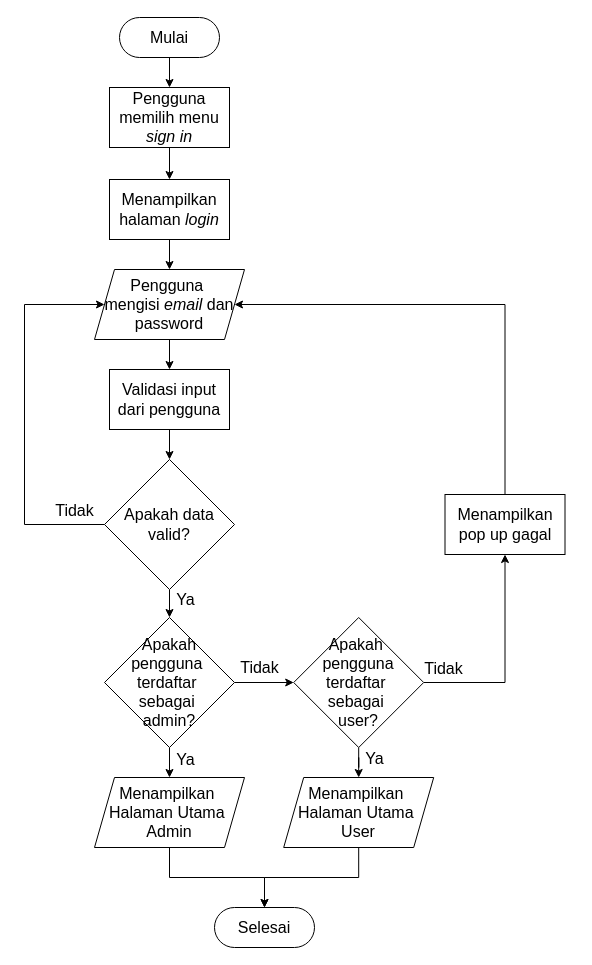
Above: page "Proses Login" (30 of 42) of Diagram Aktivitas Admin.drawio.xml in murtianggraeni/TugasAkhir_Flowchart (draw.io), before the change. Source tidied: cells renumbered, new cells numbered last; positions are measured from the earlier drawing's top-left corner, leaving out a move shared by most shapes. Both pictures are drawn from the tidied source at 100%, with x=0, y=0 at pixel (24, 17).
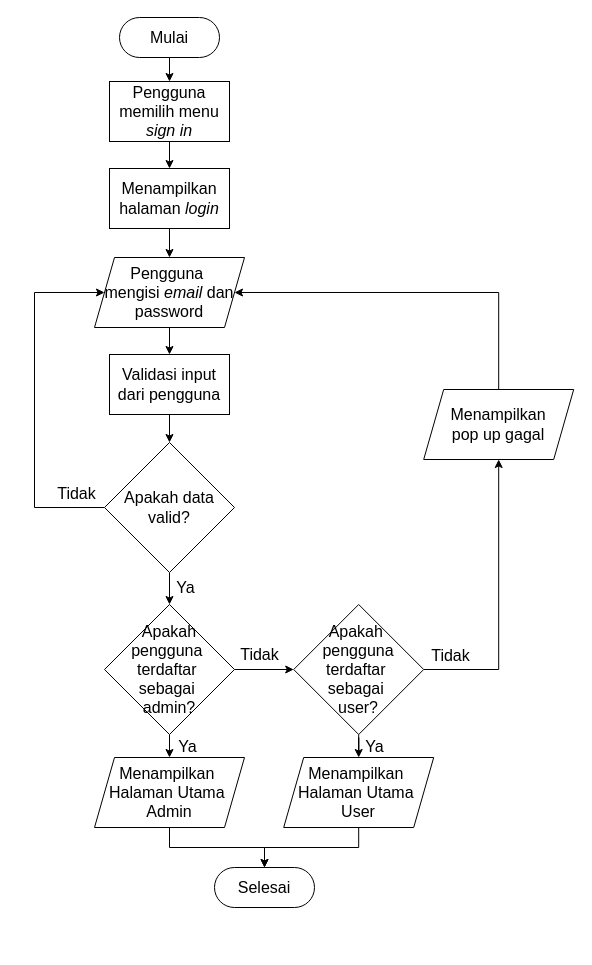
After the change.

Unchanged cells that the change refers to:
```xml
<mxCell id="28" style="edgeStyle=orthogonalEdgeStyle;rounded=0;jettySize=auto;html=1;" parent="1" edge="1" source="32" target="14">
  <mxGeometry relative="1" as="geometry" />
</mxCell>
```

Diff of the diagram source:
```diff
@@
     <mxCell id="6" value="&lt;font style=&quot;font-size: 16px;&quot;&gt;Menampilkan halaman &lt;i style=&quot;&quot;&gt;login&lt;/i&gt;&lt;/font&gt;" style="rounded=0;whiteSpace=wrap;html=1;" parent="1" vertex="1">
-      <mxGeometry x="85" y="162" width="120" height="60" as="geometry" />
+      <mxGeometry x="85" y="151" width="120" height="60" as="geometry" />
     </mxCell>
@@
     <mxCell id="8" value="&lt;font style=&quot;font-size: 16px;&quot;&gt;Pengguna&amp;nbsp;&lt;/font&gt;&lt;div&gt;&lt;font style=&quot;font-size: 16px;&quot;&gt;mengisi &lt;i style=&quot;&quot;&gt;email&lt;/i&gt; dan password&lt;/font&gt;&lt;/div&gt;" style="shape=parallelogram;perimeter=parallelogramPerimeter;whiteSpace=wrap;html=1;fixedSize=1;" parent="1" vertex="1">
-      <mxGeometry x="70" y="252" width="150" height="70" as="geometry" />
+      <mxGeometry x="70" y="240" width="150" height="70" as="geometry" />
     </mxCell>
-    <mxCell id="9" style="edgeStyle=orthogonalEdgeStyle;rounded=0;jettySize=auto;html=1;entryX=1;entryY=0.5;entryDx=0;entryDy=0;" parent="1" edge="1" source="10" target="8">
+    <mxCell id="9" style="edgeStyle=orthogonalEdgeStyle;rounded=0;jettySize=auto;html=1;entryX=1;entryY=0.5;entryDx=0;entryDy=0;exitX=0.5;exitY=0;exitDx=0;exitDy=0;" parent="1" edge="1" source="10" target="8">
       <mxGeometry relative="1" as="geometry">
         <Array as="points">
-          <mxPoint x="481" y="287" />
+          <mxPoint x="474" y="275" />
         </Array>
       </mxGeometry>
     </mxCell>
-    <mxCell id="10" value="&lt;font style=&quot;font-size: 16px;&quot;&gt;Menampilkan pop up gagal&lt;/font&gt;" style="rounded=0;whiteSpace=wrap;html=1;" parent="1" vertex="1">
-      <mxGeometry x="420.5" y="477" width="120" height="60" as="geometry" />
-    </mxCell>
@@
     <mxCell id="12" value="&lt;font style=&quot;font-size: 16px;&quot;&gt;Validasi input dari pengguna&lt;/font&gt;" style="rounded=0;whiteSpace=wrap;html=1;" parent="1" vertex="1">
-      <mxGeometry x="85" y="352" width="120" height="60" as="geometry" />
+      <mxGeometry x="85" y="337" width="120" height="60" as="geometry" />
     </mxCell>
     <mxCell id="13" style="edgeStyle=orthogonalEdgeStyle;rounded=0;jettySize=auto;html=1;" parent="1" edge="1" source="14" target="33">
-      <mxGeometry relative="1" as="geometry" />
+      <mxGeometry relative="1" as="geometry">
+        <Array as="points">
+          <mxPoint x="145" y="830" />
+          <mxPoint x="240" y="830" />
+        </Array>
+      </mxGeometry>
     </mxCell>
     <mxCell id="14" value="&lt;font style=&quot;font-size: 16px;&quot;&gt;Menampilkan&amp;nbsp;&lt;/font&gt;&lt;div&gt;&lt;font style=&quot;font-size: 16px;&quot;&gt;Halaman Utama&amp;nbsp;&lt;/font&gt;&lt;/div&gt;&lt;div&gt;&lt;font style=&quot;font-size: 16px;&quot;&gt;Admin&lt;/font&gt;&lt;/div&gt;" style="shape=parallelogram;perimeter=parallelogramPerimeter;whiteSpace=wrap;html=1;fixedSize=1;" parent="1" vertex="1">
-      <mxGeometry x="70" y="760" width="150" height="70" as="geometry" />
+      <mxGeometry x="70" y="740" width="150" height="70" as="geometry" />
     </mxCell>
     <mxCell id="15" style="edgeStyle=orthogonalEdgeStyle;rounded=0;jettySize=auto;html=1;entryX=0.5;entryY=0;entryDx=0;entryDy=0;" parent="1" edge="1" source="16" target="33">
-      <mxGeometry relative="1" as="geometry" />
+      <mxGeometry relative="1" as="geometry">
+        <Array as="points">
+          <mxPoint x="334" y="830" />
+          <mxPoint x="240" y="830" />
+        </Array>
+      </mxGeometry>
     </mxCell>
     <mxCell id="16" value="&lt;font style=&quot;font-size: 16px;&quot;&gt;Menampilkan&amp;nbsp;&lt;/font&gt;&lt;div&gt;&lt;font style=&quot;font-size: 16px;&quot;&gt;Halaman Utama&amp;nbsp;&lt;/font&gt;&lt;/div&gt;&lt;div&gt;&lt;font style=&quot;font-size: 16px;&quot;&gt;User&lt;/font&gt;&lt;/div&gt;" style="shape=parallelogram;perimeter=parallelogramPerimeter;whiteSpace=wrap;html=1;fixedSize=1;" parent="1" vertex="1">
-      <mxGeometry x="259.2" y="760" width="150" height="70" as="geometry" />
+      <mxGeometry x="259.2" y="740" width="150" height="70" as="geometry" />
     </mxCell>
     <mxCell id="17" value="&lt;font style=&quot;font-size: 16px;&quot;&gt;Pengguna memilih menu &lt;i style=&quot;&quot;&gt;sign in&lt;/i&gt;&lt;/font&gt;" style="rounded=0;whiteSpace=wrap;html=1;" parent="1" vertex="1">
-      <mxGeometry x="85" y="70" width="120" height="60" as="geometry" />
+      <mxGeometry x="85" y="64" width="120" height="60" as="geometry" />
     </mxCell>
-    <mxCell id="18" style="edgeStyle=orthogonalEdgeStyle;rounded=0;jettySize=auto;html=1;" parent="1" edge="1" source="22" target="10">
-      <mxGeometry relative="1" as="geometry" />
+    <mxCell id="18" style="edgeStyle=orthogonalEdgeStyle;rounded=0;jettySize=auto;html=1;entryX=0.5;entryY=1;entryDx=0;entryDy=0;" parent="1" edge="1" source="22" target="10">
+      <mxGeometry relative="1" as="geometry">
+        <Array as="points">
+          <mxPoint x="474" y="652" />
+        </Array>
+      </mxGeometry>
     </mxCell>
@@
     <mxCell id="22" value="&lt;font style=&quot;font-size: 16px;&quot;&gt;Apakah&amp;nbsp;&lt;/font&gt;&lt;div&gt;&lt;font style=&quot;font-size: 16px;&quot;&gt;pengguna&lt;/font&gt;&lt;/div&gt;&lt;div&gt;&lt;font style=&quot;font-size: 16px;&quot;&gt;terdaftar&amp;nbsp;&lt;/font&gt;&lt;/div&gt;&lt;div&gt;&lt;font style=&quot;font-size: 16px;&quot;&gt;sebagai&amp;nbsp;&lt;/font&gt;&lt;/div&gt;&lt;div&gt;&lt;font style=&quot;font-size: 16px;&quot;&gt;user?&lt;/font&gt;&lt;/div&gt;" style="rhombus;whiteSpace=wrap;html=1;" parent="1" vertex="1">
-      <mxGeometry x="269.2" y="600" width="130" height="130" as="geometry" />
+      <mxGeometry x="269.2" y="587" width="130" height="130" as="geometry" />
     </mxCell>
     <mxCell id="23" style="edgeStyle=orthogonalEdgeStyle;rounded=0;jettySize=auto;html=1;entryX=0;entryY=0.5;entryDx=0;entryDy=0;" parent="1" edge="1" source="27" target="8">
       <mxGeometry relative="1" as="geometry">
         <Array as="points">
-          <mxPoint y="507" />
-          <mxPoint y="287" />
+          <mxPoint x="10" y="490" />
+          <mxPoint x="10" y="275" />
         </Array>
       </mxGeometry>
     </mxCell>
@@
     <mxCell id="27" value="&lt;span style=&quot;font-size: 16px;&quot;&gt;Apakah data valid?&lt;/span&gt;" style="rhombus;whiteSpace=wrap;html=1;direction=south;" parent="1" vertex="1">
-      <mxGeometry x="80" y="442" width="130" height="130" as="geometry" />
+      <mxGeometry x="80" y="425" width="130" height="130" as="geometry" />
     </mxCell>
@@
     <mxCell id="29" value="&lt;font style=&quot;font-size: 16px;&quot;&gt;Ya&lt;/font&gt;" style="edgeLabel;html=1;align=center;verticalAlign=middle;" parent="28" vertex="1">
       <mxGeometry x="0.23" y="-1" relative="1" as="geometry">
-        <mxPoint x="16" as="offset" />
+        <mxPoint x="16" y="6" as="offset" />
       </mxGeometry>
     </mxCell>
@@
     <mxCell id="32" value="&lt;font style=&quot;font-size: 16px;&quot;&gt;Apakah&lt;br&gt;&lt;/font&gt;&lt;div&gt;&lt;span style=&quot;background-color: initial;&quot;&gt;&lt;font style=&quot;font-size: 16px;&quot;&gt;pengguna&amp;nbsp;&lt;/font&gt;&lt;/span&gt;&lt;/div&gt;&lt;div&gt;&lt;font style=&quot;font-size: 16px;&quot;&gt;&lt;span style=&quot;background-color: initial;&quot;&gt;terdaftar&amp;nbsp;&lt;/span&gt;&lt;/font&gt;&lt;/div&gt;&lt;div&gt;&lt;font style=&quot;font-size: 16px;&quot;&gt;&lt;span style=&quot;background-color: initial;&quot;&gt;sebagai&lt;/span&gt;&amp;nbsp;&lt;/font&gt;&lt;div&gt;&lt;font style=&quot;font-size: 16px;&quot;&gt;admin?&lt;/font&gt;&lt;/div&gt;&lt;/div&gt;" style="rhombus;whiteSpace=wrap;html=1;" parent="1" vertex="1">
-      <mxGeometry x="80" y="600" width="130" height="130" as="geometry" />
+      <mxGeometry x="80" y="587" width="130" height="130" as="geometry" />
     </mxCell>
     <mxCell id="33" value="&lt;font style=&quot;font-size: 16px;&quot;&gt;Selesai&lt;/font&gt;" style="rounded=1;whiteSpace=wrap;html=1;arcSize=50;" parent="1" vertex="1">
-      <mxGeometry x="190" y="890" width="100" height="40" as="geometry" />
+      <mxGeometry x="190" y="850" width="100" height="40" as="geometry" />
     </mxCell>
+    <mxCell id="10" value="&lt;span style=&quot;font-size: 16px;&quot;&gt;Menampilkan&lt;/span&gt;&lt;div&gt;&lt;span style=&quot;font-size: 16px;&quot;&gt;pop up gagal&lt;/span&gt;&lt;/div&gt;" style="shape=parallelogram;perimeter=parallelogramPerimeter;whiteSpace=wrap;html=1;fixedSize=1;" parent="1" vertex="1">
+      <mxGeometry x="399.2" y="372" width="150" height="70" as="geometry" />
+    </mxCell>
```
